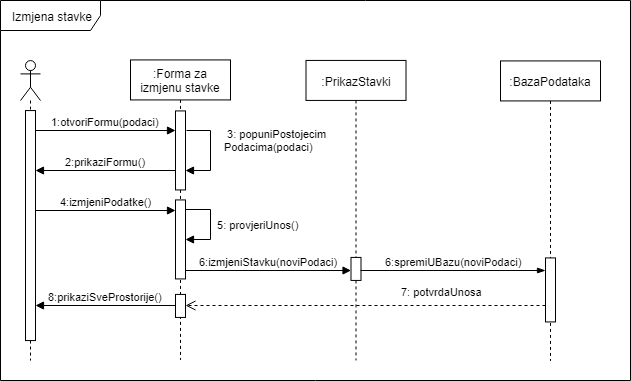
Earlier version of the draw.io export Dokumentacija/Slike za dokumentaciju/Tehnička dokumentacija/izmjeni stavku sequence.png (DominikSulic/Simply-Store). Source tidied: cells renumbered, new cells last; positions are measured from the earlier drawing's top-left corner, leaving out a move shared by most shapes. Its diagram source:
```xml
<mxGraphModel>
  <root>
    <mxCell id="0" />
    <mxCell id="1" parent="0" />
    <mxCell id="2" value="Izmjena stavke" style="shape=umlFrame;whiteSpace=wrap;html=1;width=100;height=30;" parent="1" vertex="1">
      <mxGeometry width="630" height="380" as="geometry" />
    </mxCell>
    <mxCell id="3" style="shape=umlLifeline;participant=umlActor;perimeter=lifelinePerimeter;whiteSpace=wrap;html=1;verticalAlign=top;spacingTop=36;labelBackgroundColor=#ffffff;" parent="1" vertex="1">
      <mxGeometry x="20" y="60.1" width="20" height="300" as="geometry" />
    </mxCell>
    <mxCell id="4" style="html=1;perimeter=orthogonalPerimeter;" parent="3" vertex="1">
      <mxGeometry x="5" y="50" width="10" height="230" as="geometry" />
    </mxCell>
    <mxCell id="5" value=":Forma za izmjenu stavke" style="shape=umlLifeline;perimeter=lifelinePerimeter;whiteSpace=wrap;html=1;" parent="1" vertex="1">
      <mxGeometry x="130" y="59.4" width="100" height="300" as="geometry" />
    </mxCell>
    <mxCell id="6" style="html=1;points=[];perimeter=orthogonalPerimeter;" parent="5" vertex="1">
      <mxGeometry x="45" y="51" width="10" height="79" as="geometry" />
    </mxCell>
    <mxCell id="7" style="html=1;points=[];perimeter=orthogonalPerimeter;" parent="5" vertex="1">
      <mxGeometry x="45" y="140" width="10" height="79" as="geometry" />
    </mxCell>
    <mxCell id="8" style="html=1;points=[];perimeter=orthogonalPerimeter;" parent="5" vertex="1">
      <mxGeometry x="45" y="234.5" width="10" height="23" as="geometry" />
    </mxCell>
    <mxCell id="9" value="1:otvoriFormu(podaci)" style="html=1;verticalAlign=bottom;endArrow=block;endFill=1;" parent="1" edge="1" target="6">
      <mxGeometry relative="1" as="geometry">
        <mxPoint x="35" y="130" as="sourcePoint" />
      </mxGeometry>
    </mxCell>
    <mxCell id="10" value="2:prikaziFormu()" style="html=1;verticalAlign=bottom;endArrow=block;endFill=1;" parent="1" edge="1">
      <mxGeometry relative="1" as="geometry">
        <mxPoint x="175" y="170" as="sourcePoint" />
        <mxPoint x="35" y="170" as="targetPoint" />
      </mxGeometry>
    </mxCell>
    <mxCell id="11" value="4:izmjeniPodatke()" style="html=1;verticalAlign=bottom;endArrow=block;endFill=1;" parent="1" edge="1">
      <mxGeometry relative="1" as="geometry">
        <mxPoint x="35" y="210" as="sourcePoint" />
        <mxPoint x="175" y="210" as="targetPoint" />
      </mxGeometry>
    </mxCell>
    <mxCell id="12" value=":PrikazStavki" style="shape=umlLifeline;perimeter=lifelinePerimeter;whiteSpace=wrap;html=1;" parent="1" vertex="1">
      <mxGeometry x="305.5" y="59.9" width="100" height="300" as="geometry" />
    </mxCell>
    <mxCell id="13" style="html=1;points=[];perimeter=orthogonalPerimeter;" parent="12" vertex="1">
      <mxGeometry x="45" y="197" width="10" height="23" as="geometry" />
    </mxCell>
    <mxCell id="14" value="6:spremiUBazu(noviPodaci)" style="html=1;verticalAlign=bottom;endArrow=blockThin;endFill=1;" parent="1" edge="1" target="18">
      <mxGeometry relative="1" as="geometry">
        <mxPoint x="360" y="270" as="sourcePoint" />
      </mxGeometry>
    </mxCell>
    <mxCell id="15" value="&amp;nbsp;5: provjeriUnos()" style="edgeStyle=orthogonalEdgeStyle;html=1;align=left;spacingLeft=2;endArrow=block;rounded=0;endFill=1;" parent="1" edge="1" target="7">
      <mxGeometry relative="1" as="geometry">
        <mxPoint x="185" y="209" as="sourcePoint" />
        <Array as="points">
          <mxPoint x="210" y="209" />
          <mxPoint x="210" y="239" />
        </Array>
      </mxGeometry>
    </mxCell>
    <mxCell id="16" value="6:izmjeniStavku(noviPodaci)" style="html=1;verticalAlign=bottom;endArrow=block;endFill=1;" parent="1" edge="1" target="13">
      <mxGeometry relative="1" as="geometry">
        <mxPoint x="185" y="270" as="sourcePoint" />
      </mxGeometry>
    </mxCell>
    <mxCell id="17" value=":BazaPodataka" style="shape=umlLifeline;perimeter=lifelinePerimeter;whiteSpace=wrap;html=1;" parent="1" vertex="1">
      <mxGeometry x="500" y="60.4" width="100" height="300" as="geometry" />
    </mxCell>
    <mxCell id="18" style="html=1;points=[];perimeter=orthogonalPerimeter;" parent="17" vertex="1">
      <mxGeometry x="45" y="197" width="10" height="64" as="geometry" />
    </mxCell>
    <mxCell id="19" value="7: potvrdaUnosa" style="html=1;verticalAlign=bottom;endArrow=open;dashed=1;endSize=8;" parent="1" edge="1" source="18">
      <mxGeometry x="-0.42" y="-5" relative="1" as="geometry">
        <mxPoint x="185" y="305" as="targetPoint" />
      </mxGeometry>
    </mxCell>
    <mxCell id="20" value="8:prikaziSveProstorije()" style="html=1;verticalAlign=bottom;endArrow=block;endFill=1;" parent="1" edge="1">
      <mxGeometry relative="1" as="geometry">
        <mxPoint x="175" y="305" as="sourcePoint" />
        <mxPoint x="35" y="305" as="targetPoint" />
      </mxGeometry>
    </mxCell>
    <mxCell id="21" value="&amp;nbsp;3: popuniPostojecim&lt;br&gt;Podacima(podaci)" style="edgeStyle=orthogonalEdgeStyle;html=1;align=left;spacingLeft=2;endArrow=block;rounded=0;endFill=1;" parent="1" edge="1">
      <mxGeometry x="-0.46" y="-14" relative="1" as="geometry">
        <mxPoint x="186" y="130" as="sourcePoint" />
        <mxPoint x="185" y="170" as="targetPoint" />
        <Array as="points">
          <mxPoint x="210" y="130" />
          <mxPoint x="210" y="170" />
          <mxPoint x="185" y="170" />
        </Array>
        <mxPoint x="24" y="10" as="offset" />
      </mxGeometry>
    </mxCell>
  </root>
</mxGraphModel>
```
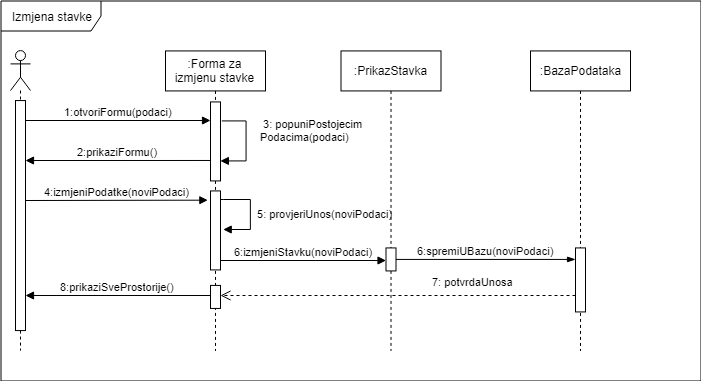
Above is the later version.

Diff of the diagram source:
```diff
@@ -3,7 +3,7 @@
     <mxCell id="0" />
     <mxCell id="1" parent="0" />
     <mxCell id="2" value="Izmjena stavke" style="shape=umlFrame;whiteSpace=wrap;html=1;width=100;height=30;" parent="1" vertex="1">
-      <mxGeometry width="630" height="380" as="geometry" />
+      <mxGeometry x="10.5" y="10.5" width="700" height="380" as="geometry" />
     </mxCell>
     <mxCell id="3" style="shape=umlLifeline;participant=umlActor;perimeter=lifelinePerimeter;whiteSpace=wrap;html=1;verticalAlign=top;spacingTop=36;labelBackgroundColor=#ffffff;" parent="1" vertex="1">
       <mxGeometry x="20" y="60.1" width="20" height="300" as="geometry" />
@@ -12,7 +12,7 @@
       <mxGeometry x="5" y="50" width="10" height="230" as="geometry" />
     </mxCell>
     <mxCell id="5" value=":Forma za izmjenu stavke" style="shape=umlLifeline;perimeter=lifelinePerimeter;whiteSpace=wrap;html=1;" parent="1" vertex="1">
-      <mxGeometry x="130" y="59.4" width="100" height="300" as="geometry" />
+      <mxGeometry x="175" y="60.4" width="100" height="300" as="geometry" />
     </mxCell>
     <mxCell id="6" style="html=1;points=[];perimeter=orthogonalPerimeter;" parent="5" vertex="1">
       <mxGeometry x="45" y="51" width="10" height="79" as="geometry" />
@@ -23,73 +23,68 @@
     <mxCell id="8" style="html=1;points=[];perimeter=orthogonalPerimeter;" parent="5" vertex="1">
       <mxGeometry x="45" y="234.5" width="10" height="23" as="geometry" />
     </mxCell>
+    <mxCell id="15" value="&amp;nbsp;5: provjeriUnos(noviPodaci)" style="edgeStyle=orthogonalEdgeStyle;html=1;align=left;spacingLeft=2;endArrow=block;rounded=0;endFill=1;exitX=1.041;exitY=0.116;exitDx=0;exitDy=0;exitPerimeter=0;entryX=1.329;entryY=0.495;entryDx=0;entryDy=0;entryPerimeter=0;" parent="5" edge="1" source="7" target="7">
+      <mxGeometry relative="1" as="geometry">
+        <Array as="points">
+          <mxPoint x="57" y="149" />
+          <mxPoint x="85" y="149" />
+          <mxPoint x="85" y="179" />
+        </Array>
+      </mxGeometry>
+    </mxCell>
     <mxCell id="9" value="1:otvoriFormu(podaci)" style="html=1;verticalAlign=bottom;endArrow=block;endFill=1;" parent="1" edge="1" target="6">
       <mxGeometry relative="1" as="geometry">
         <mxPoint x="35" y="130" as="sourcePoint" />
       </mxGeometry>
     </mxCell>
-    <mxCell id="10" value="2:prikaziFormu()" style="html=1;verticalAlign=bottom;endArrow=block;endFill=1;" parent="1" edge="1">
+    <mxCell id="10" value="2:prikaziFormu()" style="html=1;verticalAlign=bottom;endArrow=block;endFill=1;exitX=0;exitY=0.741;exitDx=0;exitDy=0;exitPerimeter=0;" parent="1" edge="1" source="6">
       <mxGeometry relative="1" as="geometry">
-        <mxPoint x="175" y="170" as="sourcePoint" />
         <mxPoint x="35" y="170" as="targetPoint" />
       </mxGeometry>
     </mxCell>
-    <mxCell id="11" value="4:izmjeniPodatke()" style="html=1;verticalAlign=bottom;endArrow=block;endFill=1;" parent="1" edge="1">
+    <mxCell id="11" value="4:izmjeniPodatke(noviPodaci)" style="html=1;verticalAlign=bottom;endArrow=block;endFill=1;entryX=-0.267;entryY=0.117;entryDx=0;entryDy=0;entryPerimeter=0;" parent="1" edge="1" target="7">
       <mxGeometry relative="1" as="geometry">
         <mxPoint x="35" y="210" as="sourcePoint" />
-        <mxPoint x="175" y="210" as="targetPoint" />
       </mxGeometry>
     </mxCell>
-    <mxCell id="12" value=":PrikazStavki" style="shape=umlLifeline;perimeter=lifelinePerimeter;whiteSpace=wrap;html=1;" parent="1" vertex="1">
-      <mxGeometry x="305.5" y="59.9" width="100" height="300" as="geometry" />
+    <mxCell id="12" value=":PrikazStavka" style="shape=umlLifeline;perimeter=lifelinePerimeter;whiteSpace=wrap;html=1;" parent="1" vertex="1">
+      <mxGeometry x="350.5" y="60.4" width="100" height="300" as="geometry" />
     </mxCell>
     <mxCell id="13" style="html=1;points=[];perimeter=orthogonalPerimeter;" parent="12" vertex="1">
       <mxGeometry x="45" y="197" width="10" height="23" as="geometry" />
     </mxCell>
-    <mxCell id="14" value="6:spremiUBazu(noviPodaci)" style="html=1;verticalAlign=bottom;endArrow=blockThin;endFill=1;" parent="1" edge="1" target="18">
-      <mxGeometry relative="1" as="geometry">
-        <mxPoint x="360" y="270" as="sourcePoint" />
-      </mxGeometry>
+    <mxCell id="14" value="6:spremiUBazu(noviPodaci)" style="html=1;verticalAlign=bottom;endArrow=blockThin;endFill=1;" parent="1" edge="1" source="13" target="18">
+      <mxGeometry relative="1" as="geometry" />
     </mxCell>
-    <mxCell id="15" value="&amp;nbsp;5: provjeriUnos()" style="edgeStyle=orthogonalEdgeStyle;html=1;align=left;spacingLeft=2;endArrow=block;rounded=0;endFill=1;" parent="1" edge="1" target="7">
-      <mxGeometry relative="1" as="geometry">
-        <mxPoint x="185" y="209" as="sourcePoint" />
-        <Array as="points">
-          <mxPoint x="210" y="209" />
-          <mxPoint x="210" y="239" />
-        </Array>
-      </mxGeometry>
-    </mxCell>
     <mxCell id="16" value="6:izmjeniStavku(noviPodaci)" style="html=1;verticalAlign=bottom;endArrow=block;endFill=1;" parent="1" edge="1" target="13">
       <mxGeometry relative="1" as="geometry">
-        <mxPoint x="185" y="270" as="sourcePoint" />
+        <mxPoint x="230" y="270" as="sourcePoint" />
       </mxGeometry>
     </mxCell>
     <mxCell id="17" value=":BazaPodataka" style="shape=umlLifeline;perimeter=lifelinePerimeter;whiteSpace=wrap;html=1;" parent="1" vertex="1">
-      <mxGeometry x="500" y="60.4" width="100" height="300" as="geometry" />
+      <mxGeometry x="540" y="60.4" width="100" height="300" as="geometry" />
     </mxCell>
     <mxCell id="18" style="html=1;points=[];perimeter=orthogonalPerimeter;" parent="17" vertex="1">
       <mxGeometry x="45" y="197" width="10" height="64" as="geometry" />
     </mxCell>
     <mxCell id="19" value="7: potvrdaUnosa" style="html=1;verticalAlign=bottom;endArrow=open;dashed=1;endSize=8;" parent="1" edge="1" source="18">
       <mxGeometry x="-0.42" y="-5" relative="1" as="geometry">
-        <mxPoint x="185" y="305" as="targetPoint" />
+        <mxPoint x="230" y="305" as="targetPoint" />
       </mxGeometry>
     </mxCell>
-    <mxCell id="20" value="8:prikaziSveProstorije()" style="html=1;verticalAlign=bottom;endArrow=block;endFill=1;" parent="1" edge="1">
+    <mxCell id="20" value="8:prikaziSveProstorije()" style="html=1;verticalAlign=bottom;endArrow=block;endFill=1;exitX=0;exitY=0.438;exitDx=0;exitDy=0;exitPerimeter=0;" parent="1" edge="1" source="8">
       <mxGeometry relative="1" as="geometry">
-        <mxPoint x="175" y="305" as="sourcePoint" />
         <mxPoint x="35" y="305" as="targetPoint" />
       </mxGeometry>
     </mxCell>
     <mxCell id="21" value="&amp;nbsp;3: popuniPostojecim&lt;br&gt;Podacima(podaci)" style="edgeStyle=orthogonalEdgeStyle;html=1;align=left;spacingLeft=2;endArrow=block;rounded=0;endFill=1;" parent="1" edge="1">
       <mxGeometry x="-0.46" y="-14" relative="1" as="geometry">
-        <mxPoint x="186" y="130" as="sourcePoint" />
-        <mxPoint x="185" y="170" as="targetPoint" />
+        <mxPoint x="231" y="131" as="sourcePoint" />
+        <mxPoint x="230" y="171" as="targetPoint" />
         <Array as="points">
-          <mxPoint x="210" y="130" />
-          <mxPoint x="210" y="170" />
-          <mxPoint x="185" y="170" />
+          <mxPoint x="255" y="131" />
+          <mxPoint x="255" y="171" />
+          <mxPoint x="230" y="171" />
         </Array>
         <mxPoint x="24" y="10" as="offset" />
       </mxGeometry>
```
